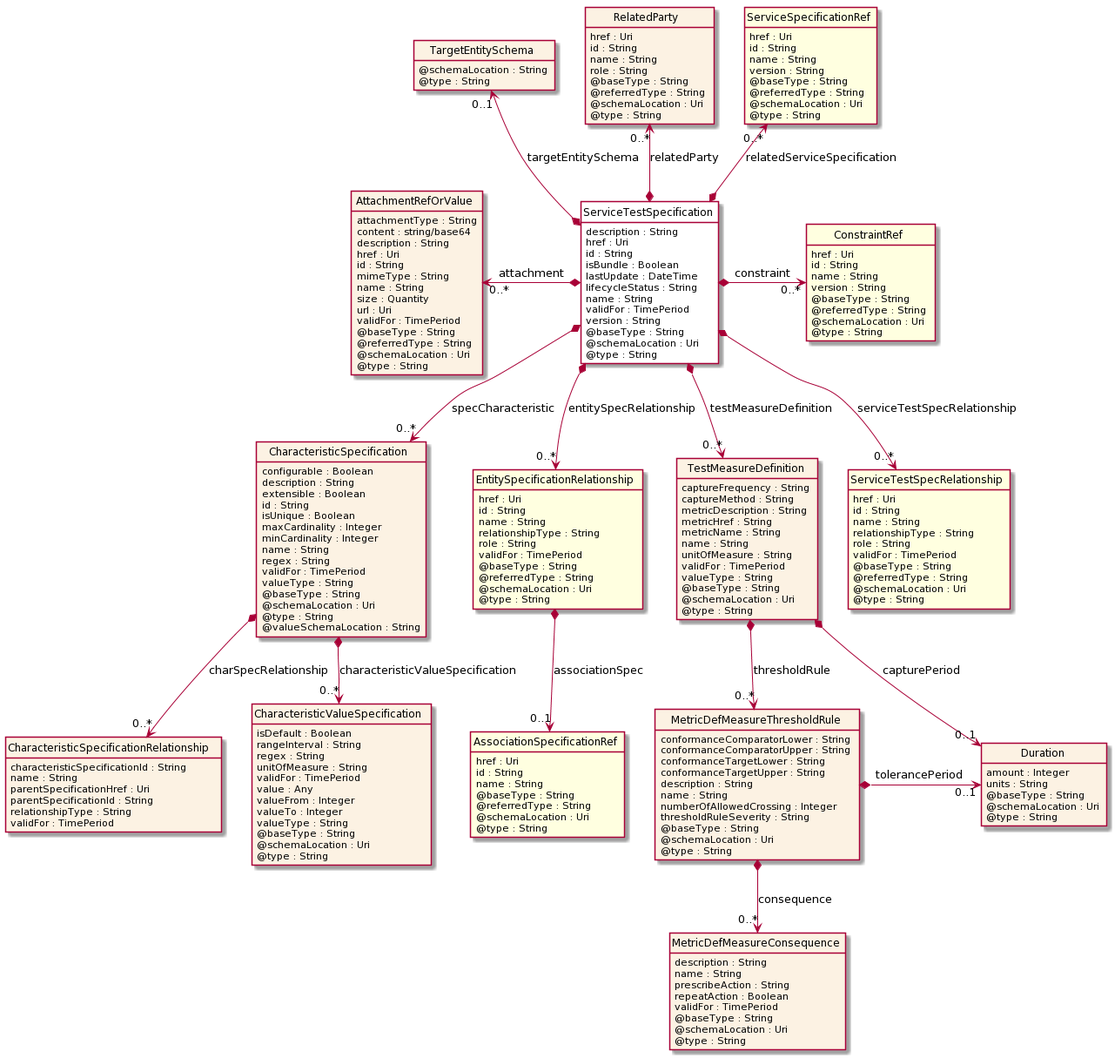
The PlantUML diagram apis/TMF653_Service_Test/documentation/diagrams/Resource_ServiceTestSpecification.png in tmforum-apis/Open_Api_And_Data_Model, before a commit.
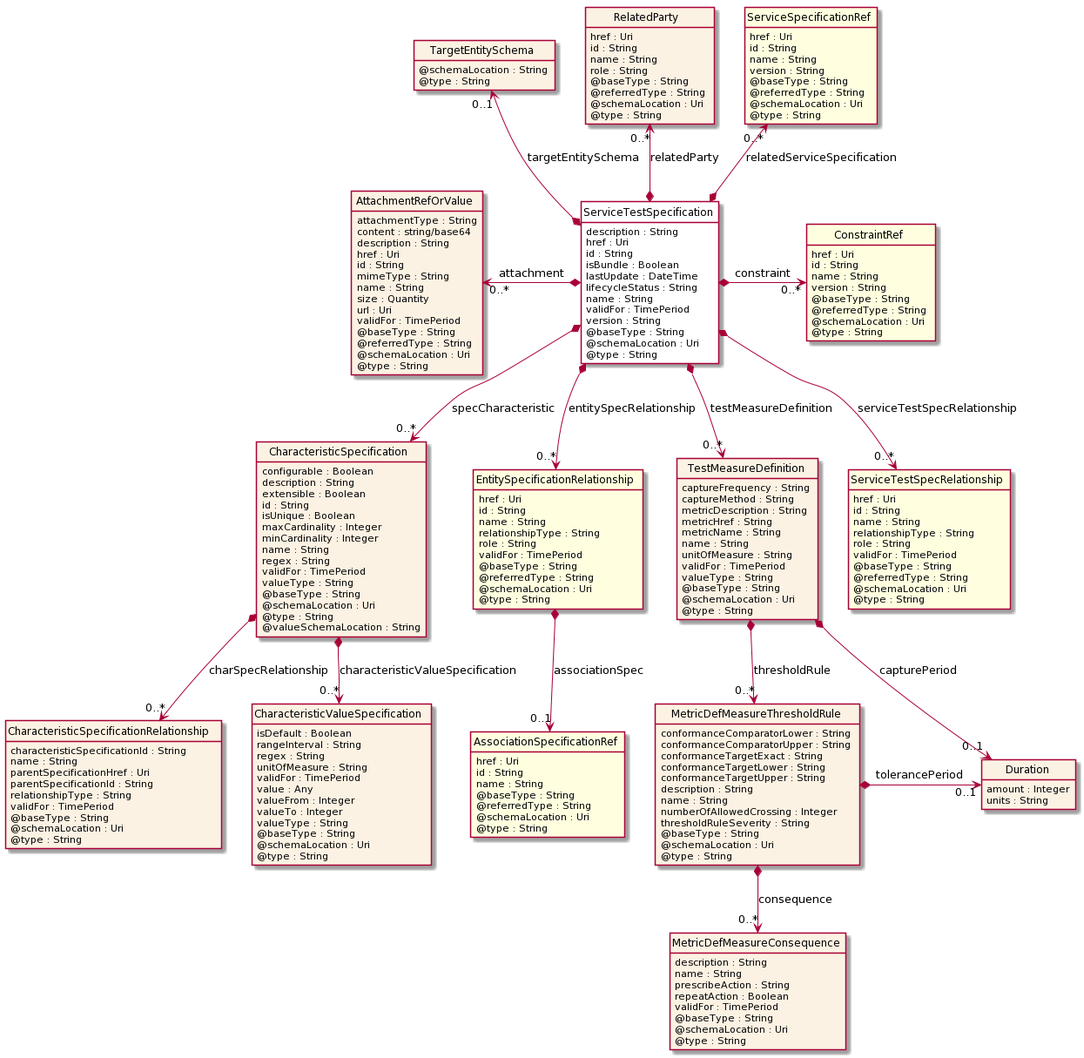
Above is the later version.

What changed in the source:
```diff
@@ -55,6 +55,9 @@
     parentSpecificationId : String
     relationshipType : String
     validFor : TimePeriod
+    @baseType : String
+    @schemaLocation : Uri
+    @type : String
 }
 
 class CharacteristicValueSpecification  {
@@ -152,14 +155,12 @@
 class Duration  {
     amount : Integer
     units : String
-    @baseType : String
-    @schemaLocation : Uri
-    @type : String
 }
 
 class MetricDefMeasureThresholdRule  {
     conformanceComparatorLower : String
     conformanceComparatorUpper : String
+    conformanceTargetExact : String
     conformanceTargetLower : String
     conformanceTargetUpper : String
     description : String
```
